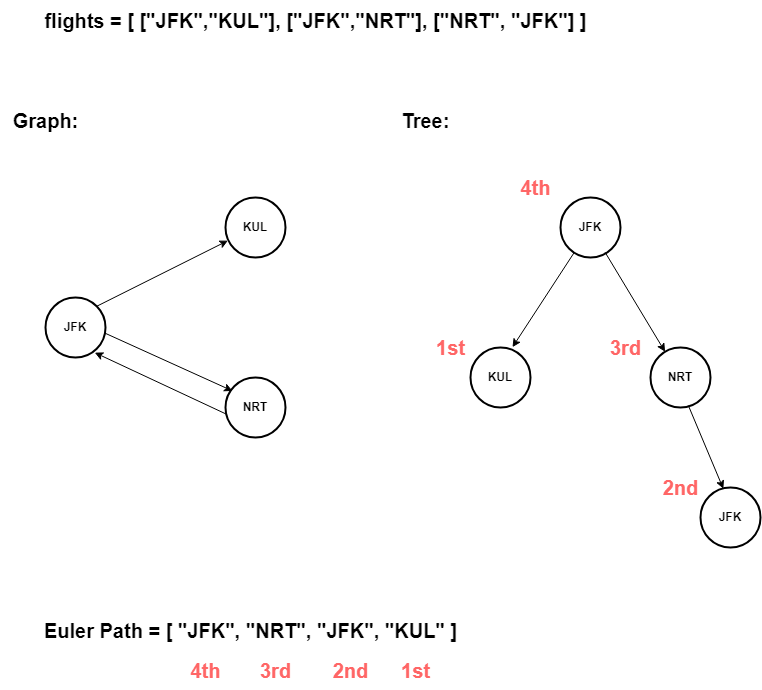
The draw.io diagram Python3/img/ReconstructItinerary.png in ashiven/leetcode-solutions, before a commit. Source tidied: cells renumbered, new cells last; positions are measured from the earlier drawing's top-left corner, leaving out a move shared by most shapes. Source of this version:
```xml
<mxGraphModel>
  <root>
    <mxCell id="0" />
    <mxCell id="1" parent="0" />
    <mxCell id="2" value="flights = [ [&quot;JFK&quot;,&quot;KUL&quot;], [&quot;JFK&quot;,&quot;NRT&quot;], [&quot;NRT&quot;, &quot;JFK&quot;] ]" style="text;html=1;align=center;verticalAlign=middle;strokeColor=none;fillColor=none;fontSize=20;fontStyle=1;" parent="1" vertex="1">
      <mxGeometry x="30" width="570" height="40" as="geometry" />
    </mxCell>
    <mxCell id="3" value="JFK" style="ellipse;whiteSpace=wrap;html=1;fillColor=none;strokeWidth=2;fontStyle=1;" parent="1" vertex="1">
      <mxGeometry x="45" y="297" width="60" height="60" as="geometry" />
    </mxCell>
    <mxCell id="4" value="KUL" style="ellipse;whiteSpace=wrap;html=1;fillColor=none;strokeWidth=2;fontStyle=1;" parent="1" vertex="1">
      <mxGeometry x="225" y="197" width="60" height="60" as="geometry" />
    </mxCell>
    <mxCell id="5" value="NRT" style="ellipse;whiteSpace=wrap;html=1;fillColor=none;strokeWidth=2;fontStyle=1;" parent="1" vertex="1">
      <mxGeometry x="225" y="377" width="60" height="60" as="geometry" />
    </mxCell>
    <mxCell id="6" style="endArrow=classic;html=1;rounded=0;exitX=1;exitY=0;exitDx=0;exitDy=0;entryX=0.04;entryY=0.719;entryDx=0;entryDy=0;entryPerimeter=0;fontStyle=1;" parent="1" edge="1" source="3" target="4">
      <mxGeometry relative="1" as="geometry" />
    </mxCell>
    <mxCell id="7" style="endArrow=classic;html=1;rounded=0;exitX=0.993;exitY=0.595;exitDx=0;exitDy=0;entryX=0.117;entryY=0.224;entryDx=0;entryDy=0;exitPerimeter=0;entryPerimeter=0;fontStyle=1;" parent="1" edge="1" source="3" target="5">
      <mxGeometry relative="1" as="geometry" />
    </mxCell>
    <mxCell id="8" style="endArrow=classic;html=1;rounded=0;exitX=0.002;exitY=0.605;exitDx=0;exitDy=0;entryX=0.821;entryY=0.919;entryDx=0;entryDy=0;exitPerimeter=0;entryPerimeter=0;fontStyle=1;" parent="1" edge="1" source="5" target="3">
      <mxGeometry relative="1" as="geometry" />
    </mxCell>
    <mxCell id="9" value="JFK" style="ellipse;whiteSpace=wrap;html=1;fillColor=none;strokeWidth=2;fontStyle=1;" parent="1" vertex="1">
      <mxGeometry x="560" y="197" width="60" height="60" as="geometry" />
    </mxCell>
    <mxCell id="10" value="KUL" style="ellipse;whiteSpace=wrap;html=1;fillColor=none;strokeWidth=2;fontStyle=1;" parent="1" vertex="1">
      <mxGeometry x="470" y="347" width="60" height="60" as="geometry" />
    </mxCell>
    <mxCell id="11" value="NRT" style="ellipse;whiteSpace=wrap;html=1;fillColor=none;strokeWidth=2;fontStyle=1;" parent="1" vertex="1">
      <mxGeometry x="650" y="347" width="60" height="60" as="geometry" />
    </mxCell>
    <mxCell id="12" style="endArrow=classic;html=1;rounded=0;entryX=0.7;entryY=-0.006;entryDx=0;entryDy=0;entryPerimeter=0;fontStyle=1;" parent="1" edge="1" source="9" target="10">
      <mxGeometry relative="1" as="geometry" />
    </mxCell>
    <mxCell id="13" style="endArrow=classic;html=1;rounded=0;exitX=0.742;exitY=0.911;exitDx=0;exitDy=0;exitPerimeter=0;fontStyle=1;" parent="1" edge="1" source="9" target="11">
      <mxGeometry relative="1" as="geometry" />
    </mxCell>
    <mxCell id="14" style="endArrow=classic;html=1;rounded=0;exitX=0.631;exitY=0.967;exitDx=0;exitDy=0;entryX=0.381;entryY=0.022;entryDx=0;entryDy=0;exitPerimeter=0;entryPerimeter=0;fontStyle=1;" parent="1" edge="1" source="11" target="15">
      <mxGeometry relative="1" as="geometry" />
    </mxCell>
    <mxCell id="15" value="JFK" style="ellipse;whiteSpace=wrap;html=1;fillColor=none;strokeWidth=2;fontStyle=1;" parent="1" vertex="1">
      <mxGeometry x="700" y="487" width="60" height="60" as="geometry" />
    </mxCell>
    <mxCell id="16" value="1st" style="text;html=1;align=center;verticalAlign=middle;strokeColor=none;fillColor=none;fontSize=20;fontStyle=1;fontColor=#FF6666;" parent="1" vertex="1">
      <mxGeometry x="425" y="327" width="50" height="40" as="geometry" />
    </mxCell>
    <mxCell id="17" value="4th" style="text;html=1;align=center;verticalAlign=middle;strokeColor=none;fillColor=none;fontSize=20;fontStyle=1;fontColor=#FF6666;" parent="1" vertex="1">
      <mxGeometry x="510" y="167" width="50" height="40" as="geometry" />
    </mxCell>
    <mxCell id="18" value="3rd" style="text;html=1;align=center;verticalAlign=middle;strokeColor=none;fillColor=none;fontSize=20;fontStyle=1;fontColor=#FF6666;" parent="1" vertex="1">
      <mxGeometry x="600" y="327" width="50" height="40" as="geometry" />
    </mxCell>
    <mxCell id="19" value="2nd" style="text;html=1;align=center;verticalAlign=middle;strokeColor=none;fillColor=none;fontSize=20;fontStyle=1;fontColor=#FF6666;" parent="1" vertex="1">
      <mxGeometry x="650" y="467" width="60" height="40" as="geometry" />
    </mxCell>
    <mxCell id="20" value="Graph:" style="text;html=1;align=center;verticalAlign=middle;strokeColor=none;fillColor=none;fontSize=20;fontStyle=1;" parent="1" vertex="1">
      <mxGeometry y="100" width="90" height="40" as="geometry" />
    </mxCell>
    <mxCell id="21" value="Tree:" style="text;html=1;align=center;verticalAlign=middle;strokeColor=none;fillColor=none;fontSize=20;fontStyle=1;" parent="1" vertex="1">
      <mxGeometry x="390" y="100" width="70" height="40" as="geometry" />
    </mxCell>
    <mxCell id="22" value="Euler Path = [ &quot;JFK&quot;, &quot;NRT&quot;, &quot;JFK&quot;, &quot;KUL&quot; ]" style="text;html=1;align=center;verticalAlign=middle;strokeColor=none;fillColor=none;fontSize=20;fontStyle=1;" parent="1" vertex="1">
      <mxGeometry x="30" y="610" width="440" height="40" as="geometry" />
    </mxCell>
    <mxCell id="23" value="4th" style="text;html=1;align=center;verticalAlign=middle;strokeColor=none;fillColor=none;fontSize=20;fontStyle=1;fontColor=#FF6666;" parent="1" vertex="1">
      <mxGeometry x="180" y="650" width="50" height="40" as="geometry" />
    </mxCell>
    <mxCell id="24" value="3rd" style="text;html=1;align=center;verticalAlign=middle;strokeColor=none;fillColor=none;fontSize=20;fontStyle=1;fontColor=#FF6666;" parent="1" vertex="1">
      <mxGeometry x="250" y="650" width="50" height="40" as="geometry" />
    </mxCell>
    <mxCell id="25" value="2nd" style="text;html=1;align=center;verticalAlign=middle;strokeColor=none;fillColor=none;fontSize=20;fontStyle=1;fontColor=#FF6666;" parent="1" vertex="1">
      <mxGeometry x="320" y="650" width="60" height="40" as="geometry" />
    </mxCell>
    <mxCell id="26" value="1st" style="text;html=1;align=center;verticalAlign=middle;strokeColor=none;fillColor=none;fontSize=20;fontStyle=1;fontColor=#FF6666;" parent="1" vertex="1">
      <mxGeometry x="390" y="650" width="50" height="40" as="geometry" />
    </mxCell>
  </root>
</mxGraphModel>
```
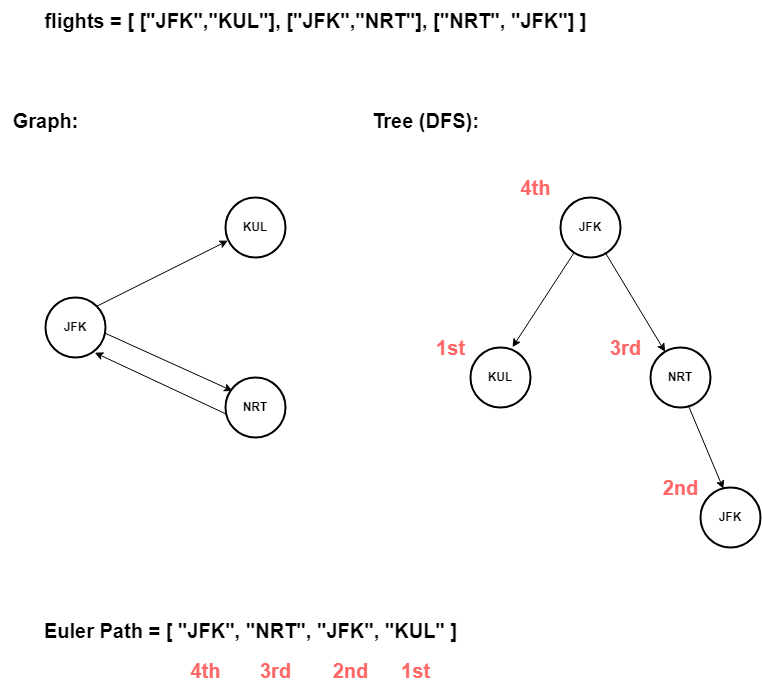
The same file after the commit.

What changed in the source:
```diff
@@ -59,8 +59,8 @@
     <mxCell id="20" value="Graph:" style="text;html=1;align=center;verticalAlign=middle;strokeColor=none;fillColor=none;fontSize=20;fontStyle=1;" parent="1" vertex="1">
       <mxGeometry y="100" width="90" height="40" as="geometry" />
     </mxCell>
-    <mxCell id="21" value="Tree:" style="text;html=1;align=center;verticalAlign=middle;strokeColor=none;fillColor=none;fontSize=20;fontStyle=1;" parent="1" vertex="1">
-      <mxGeometry x="390" y="100" width="70" height="40" as="geometry" />
+    <mxCell id="21" value="Tree (DFS):" style="text;html=1;align=center;verticalAlign=middle;strokeColor=none;fillColor=none;fontSize=20;fontStyle=1;" parent="1" vertex="1">
+      <mxGeometry x="360" y="100" width="130" height="40" as="geometry" />
     </mxCell>
     <mxCell id="22" value="Euler Path = [ &quot;JFK&quot;, &quot;NRT&quot;, &quot;JFK&quot;, &quot;KUL&quot; ]" style="text;html=1;align=center;verticalAlign=middle;strokeColor=none;fillColor=none;fontSize=20;fontStyle=1;" parent="1" vertex="1">
       <mxGeometry x="30" y="610" width="440" height="40" as="geometry" />
```
